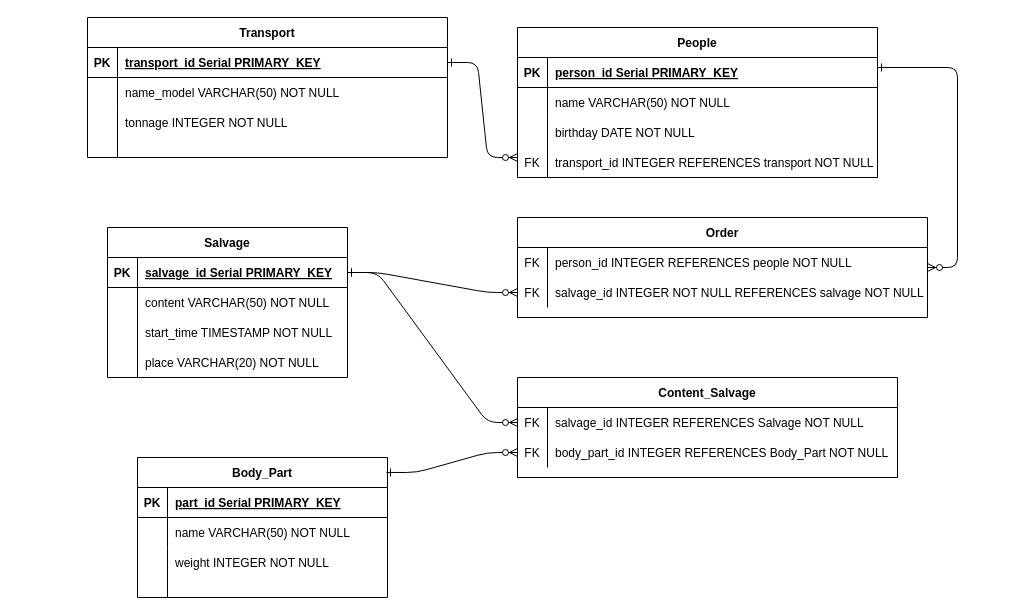
sporrrtik/DataBases_22-23 keeps this draw.io diagram as P33201/s291193/Lab2/Untitled Diagram.drawio. Above is the earlier version. Source tidied: cells renumbered, new cells numbered last; positions are measured from the earlier drawing's top-left corner, leaving out a move shared by most shapes. Both pictures are drawn from the tidied source at 100%, with x=0, y=0 at pixel (87, 17).
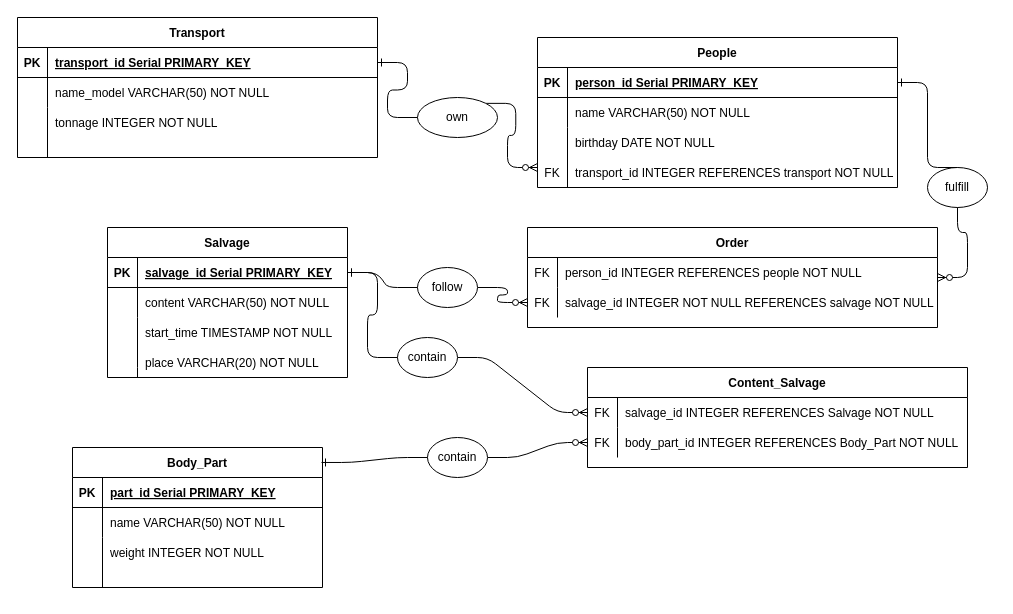
The same diagram, later.

The change refers to these unchanged cells:
```xml
<mxCell id="3" style="shape=partialRectangle;fillColor=none;points=[[0,0.5],[1,0.5]];portConstraint=eastwest;top=0;left=0;right=0;bottom=1;" parent="2" vertex="1">
  <mxGeometry y="30" width="360" height="30" as="geometry" />
</mxCell>
<mxCell id="21" style="shape=partialRectangle;fillColor=none;points=[[0,0.5],[1,0.5]];portConstraint=eastwest;top=0;left=0;right=0;bottom=1;" parent="20" vertex="1">
  <mxGeometry y="30" width="240" height="30" as="geometry" />
</mxCell>
<mxCell id="31" style="shape=partialRectangle;fillColor=none;points=[[0,0.5],[1,0.5]];portConstraint=eastwest;top=0;left=0;right=0;bottom=1;" parent="30" vertex="1">
  <mxGeometry y="30" width="360" height="30" as="geometry" />
</mxCell>
<mxCell id="43" style="shape=partialRectangle;fillColor=none;points=[[0,0.5],[1,0.5]];portConstraint=eastwest;top=0;left=0;right=0;bottom=0;" parent="39" vertex="1">
  <mxGeometry y="60" width="410" height="30" as="geometry" />
</mxCell>
<mxCell id="47" style="shape=partialRectangle;fillColor=none;points=[[0,0.5],[1,0.5]];portConstraint=eastwest;top=0;left=0;right=0;bottom=0;" parent="46" vertex="1">
  <mxGeometry y="30" width="380" height="30" as="geometry" />
</mxCell>
<mxCell id="50" style="shape=partialRectangle;fillColor=none;points=[[0,0.5],[1,0.5]];portConstraint=eastwest;top=0;left=0;right=0;bottom=0;" parent="46" vertex="1">
  <mxGeometry y="60" width="380" height="30" as="geometry" />
</mxCell>
```

Diff of the diagram source:
```diff
@@
     <mxCell id="2" value="People" style="shape=table;startSize=30;childLayout=tableLayout;rowLines=0;fontStyle=1;align=center;" parent="1" vertex="1">
-      <mxGeometry x="430" y="10" width="360" height="150" as="geometry" />
+      <mxGeometry x="450" y="20" width="360" height="150" as="geometry" />
     </mxCell>
@@
     <mxCell id="9" value="birthday DATE NOT NULL" style="shape=partialRectangle;overflow=hidden;fillColor=none;top=0;left=0;bottom=0;right=0;align=left;spacingLeft=6;" parent="1" vertex="1">
-      <mxGeometry x="460" y="100" width="220" height="30" as="geometry" />
+      <mxGeometry x="480" y="110" width="220" height="30" as="geometry" />
     </mxCell>
     <mxCell id="10" style="endArrow=none;html=1;rounded=0;" parent="1" edge="1">
       <mxGeometry relative="1" as="geometry">
-        <mxPoint x="460" y="100" as="sourcePoint" />
-        <mxPoint x="460" y="160" as="targetPoint" />
+        <mxPoint x="480" y="110" as="sourcePoint" />
+        <mxPoint x="480" y="170" as="targetPoint" />
       </mxGeometry>
     </mxCell>
     <mxCell id="11" value="Body_Part" style="shape=table;startSize=30;childLayout=tableLayout;rowLines=0;fontStyle=1;align=center;" parent="1" vertex="1">
-      <mxGeometry x="50" y="440" width="250" height="140" as="geometry" />
+      <mxGeometry x="-15" y="430" width="250" height="140" as="geometry" />
     </mxCell>
@@
     <mxCell id="18" value="weight INTEGER NOT NULL" style="shape=partialRectangle;overflow=hidden;fillColor=none;top=0;left=0;bottom=0;right=0;align=left;spacingLeft=6;" parent="1" vertex="1">
-      <mxGeometry x="80" y="530" width="220" height="30" as="geometry" />
+      <mxGeometry x="15" y="520" width="220" height="30" as="geometry" />
     </mxCell>
     <mxCell id="19" style="endArrow=none;html=1;rounded=0;" parent="1" edge="1">
       <mxGeometry relative="1" as="geometry">
-        <mxPoint x="80" y="530" as="sourcePoint" />
-        <mxPoint x="80" y="580" as="targetPoint" />
+        <mxPoint x="15" y="520" as="sourcePoint" />
+        <mxPoint x="15" y="570" as="targetPoint" />
       </mxGeometry>
     </mxCell>
@@
     <mxCell id="30" value="Transport" style="shape=table;startSize=30;childLayout=tableLayout;rowLines=0;fontStyle=1;align=center;" parent="1" vertex="1">
-      <mxGeometry width="360" height="140" as="geometry" />
+      <mxGeometry x="-70" width="360" height="140" as="geometry" />
     </mxCell>
@@
     <mxCell id="37" value="tonnage INTEGER NOT NULL" style="shape=partialRectangle;overflow=hidden;fillColor=none;top=0;left=0;bottom=0;right=0;align=left;spacingLeft=6;" parent="1" vertex="1">
-      <mxGeometry x="30" y="90" width="210" height="30" as="geometry" />
+      <mxGeometry x="-40" y="90" width="210" height="30" as="geometry" />
     </mxCell>
     <mxCell id="38" style="endArrow=none;html=1;rounded=0;" parent="1" edge="1">
       <mxGeometry relative="1" as="geometry">
-        <mxPoint x="30" y="90" as="sourcePoint" />
-        <mxPoint x="30" y="140" as="targetPoint" />
+        <mxPoint x="-40" y="90" as="sourcePoint" />
+        <mxPoint x="-40" y="140" as="targetPoint" />
       </mxGeometry>
     </mxCell>
     <mxCell id="39" value="Order" style="shape=table;startSize=30;childLayout=tableLayout;rowLines=0;fontStyle=1;align=center;" parent="1" vertex="1">
-      <mxGeometry x="430" y="200" width="410" height="100" as="geometry" />
+      <mxGeometry x="440" y="210" width="410" height="100" as="geometry" />
     </mxCell>
@@
     <mxCell id="46" value="Content_Salvage" style="shape=table;startSize=30;childLayout=tableLayout;rowLines=0;fontStyle=1;align=center;" parent="1" vertex="1">
-      <mxGeometry x="430" y="360" width="380" height="100" as="geometry" />
+      <mxGeometry x="500" y="350" width="380" height="100" as="geometry" />
     </mxCell>
@@
-    <mxCell id="53" style="edgeStyle=entityRelationEdgeStyle;endArrow=ERzeroToMany;startArrow=ERone;endFill=1;startFill=0;exitX=0.996;exitY=0.107;exitDx=0;exitDy=0;exitPerimeter=0;entryX=0;entryY=0.5;entryDx=0;entryDy=0;" parent="1" edge="1" source="11" target="50">
+    <mxCell id="53" style="edgeStyle=entityRelationEdgeStyle;endArrow=ERzeroToMany;startArrow=none;endFill=1;startFill=0;exitX=1;exitY=0.5;exitDx=0;exitDy=0;entryX=0;entryY=0.5;entryDx=0;entryDy=0;" parent="1" edge="1" source="67" target="50">
       <mxGeometry relative="1" as="geometry" />
     </mxCell>
     <mxCell id="54" value="transport_id INTEGER REFERENCES transport NOT NULL" style="shape=partialRectangle;overflow=hidden;fillColor=none;top=0;left=0;bottom=0;right=0;align=left;spacingLeft=6;" parent="1" vertex="1">
-      <mxGeometry x="460" y="130" width="330" height="30" as="geometry" />
+      <mxGeometry x="480" y="140" width="330" height="30" as="geometry" />
     </mxCell>
     <mxCell id="55" value="FK" style="shape=partialRectangle;overflow=hidden;fillColor=none;top=0;left=0;bottom=0;right=0;" parent="1" vertex="1">
-      <mxGeometry x="430" y="130" width="30" height="30" as="geometry" />
+      <mxGeometry x="450" y="140" width="30" height="30" as="geometry" />
     </mxCell>
-    <mxCell id="56" style="edgeStyle=entityRelationEdgeStyle;endArrow=ERzeroToMany;startArrow=ERone;endFill=1;startFill=0;exitX=1;exitY=0.5;exitDx=0;exitDy=0;" parent="1" edge="1" source="31">
+    <mxCell id="56" style="edgeStyle=entityRelationEdgeStyle;endArrow=ERzeroToMany;startArrow=none;endFill=1;startFill=0;exitX=1;exitY=0;exitDx=0;exitDy=0;" parent="1" edge="1" source="61">
       <mxGeometry relative="1" as="geometry">
-        <mxPoint x="430" y="140" as="targetPoint" />
+        <mxPoint x="450" y="150" as="targetPoint" />
       </mxGeometry>
     </mxCell>
-    <mxCell id="57" style="edgeStyle=entityRelationEdgeStyle;endArrow=ERzeroToMany;startArrow=ERone;endFill=1;startFill=0;" parent="1" edge="1" target="39">
-      <mxGeometry relative="1" as="geometry">
-        <mxPoint x="790" y="50" as="sourcePoint" />
-      </mxGeometry>
+    <mxCell id="57" style="edgeStyle=entityRelationEdgeStyle;endArrow=ERzeroToMany;startArrow=none;endFill=1;startFill=0;exitX=1;exitY=0.5;exitDx=0;exitDy=0;" parent="1" edge="1" source="63" target="39">
+      <mxGeometry relative="1" as="geometry" />
     </mxCell>
     <mxCell id="58" value="FK" style="shape=partialRectangle;overflow=hidden;fillColor=none;top=0;left=0;bottom=0;right=0;" parent="1" vertex="1">
-      <mxGeometry x="430" y="260" width="30" height="30" as="geometry" />
+      <mxGeometry x="440" y="270" width="30" height="30" as="geometry" />
     </mxCell>
-    <mxCell id="59" style="edgeStyle=entityRelationEdgeStyle;endArrow=ERzeroToMany;startArrow=ERone;endFill=1;startFill=0;exitX=1;exitY=0.5;exitDx=0;exitDy=0;" parent="1" edge="1" source="21" target="43">
+    <mxCell id="59" style="edgeStyle=entityRelationEdgeStyle;endArrow=ERzeroToMany;startArrow=none;endFill=1;startFill=0;exitX=1;exitY=0.5;exitDx=0;exitDy=0;exitPerimeter=0;" parent="1" edge="1" source="69" target="43">
       <mxGeometry relative="1" as="geometry" />
     </mxCell>
-    <mxCell id="60" style="edgeStyle=entityRelationEdgeStyle;endArrow=ERzeroToMany;startArrow=ERone;endFill=1;startFill=0;exitX=1;exitY=0.5;exitDx=0;exitDy=0;" parent="1" edge="1" source="21" target="47">
+    <mxCell id="60" style="edgeStyle=entityRelationEdgeStyle;endArrow=ERzeroToMany;startArrow=none;endFill=1;startFill=0;exitX=1;exitY=0.5;exitDx=0;exitDy=0;" parent="1" edge="1" source="65" target="47">
       <mxGeometry relative="1" as="geometry" />
     </mxCell>
+    <mxCell id="61" value="own" style="ellipse;whiteSpace=wrap;html=1;" parent="1" vertex="1">
+      <mxGeometry x="330" y="80" width="80" height="40" as="geometry" />
+    </mxCell>
+    <mxCell id="62" style="edgeStyle=entityRelationEdgeStyle;endArrow=none;startArrow=ERone;endFill=1;startFill=0;exitX=1;exitY=0.5;exitDx=0;exitDy=0;" parent="1" edge="1" source="31" target="61">
+      <mxGeometry relative="1" as="geometry" />
+    </mxCell>
+    <mxCell id="63" value="fulfill" style="ellipse;whiteSpace=wrap;html=1;" parent="1" vertex="1">
+      <mxGeometry x="840" y="150" width="60" height="40" as="geometry" />
+    </mxCell>
+    <mxCell id="64" style="edgeStyle=entityRelationEdgeStyle;endArrow=none;startArrow=ERone;endFill=1;startFill=0;exitX=1;exitY=0.5;exitDx=0;exitDy=0;entryX=0.5;entryY=0;entryDx=0;entryDy=0;" parent="1" edge="1" source="3" target="63">
+      <mxGeometry relative="1" as="geometry" />
+    </mxCell>
+    <mxCell id="65" value="contain" style="ellipse;whiteSpace=wrap;html=1;" parent="1" vertex="1">
+      <mxGeometry x="310" y="320" width="60" height="40" as="geometry" />
+    </mxCell>
+    <mxCell id="66" style="edgeStyle=entityRelationEdgeStyle;endArrow=none;startArrow=ERone;endFill=1;startFill=0;exitX=1;exitY=0.5;exitDx=0;exitDy=0;" parent="1" edge="1" source="21" target="65">
+      <mxGeometry relative="1" as="geometry" />
+    </mxCell>
+    <mxCell id="67" value="contain" style="ellipse;whiteSpace=wrap;html=1;" parent="1" vertex="1">
+      <mxGeometry x="340" y="420" width="60" height="40" as="geometry" />
+    </mxCell>
+    <mxCell id="68" style="edgeStyle=entityRelationEdgeStyle;endArrow=none;startArrow=ERone;endFill=1;startFill=0;exitX=0.996;exitY=0.107;exitDx=0;exitDy=0;exitPerimeter=0;entryX=0;entryY=0.5;entryDx=0;entryDy=0;" parent="1" edge="1" source="11" target="67">
+      <mxGeometry relative="1" as="geometry" />
+    </mxCell>
+    <mxCell id="69" value="follow" style="ellipse;whiteSpace=wrap;html=1;" parent="1" vertex="1">
+      <mxGeometry x="330" y="250" width="60" height="40" as="geometry" />
+    </mxCell>
+    <mxCell id="70" style="edgeStyle=entityRelationEdgeStyle;endArrow=none;startArrow=ERone;endFill=1;startFill=0;exitX=1;exitY=0.5;exitDx=0;exitDy=0;" parent="1" edge="1" source="21" target="69">
+      <mxGeometry relative="1" as="geometry" />
+    </mxCell>
```
